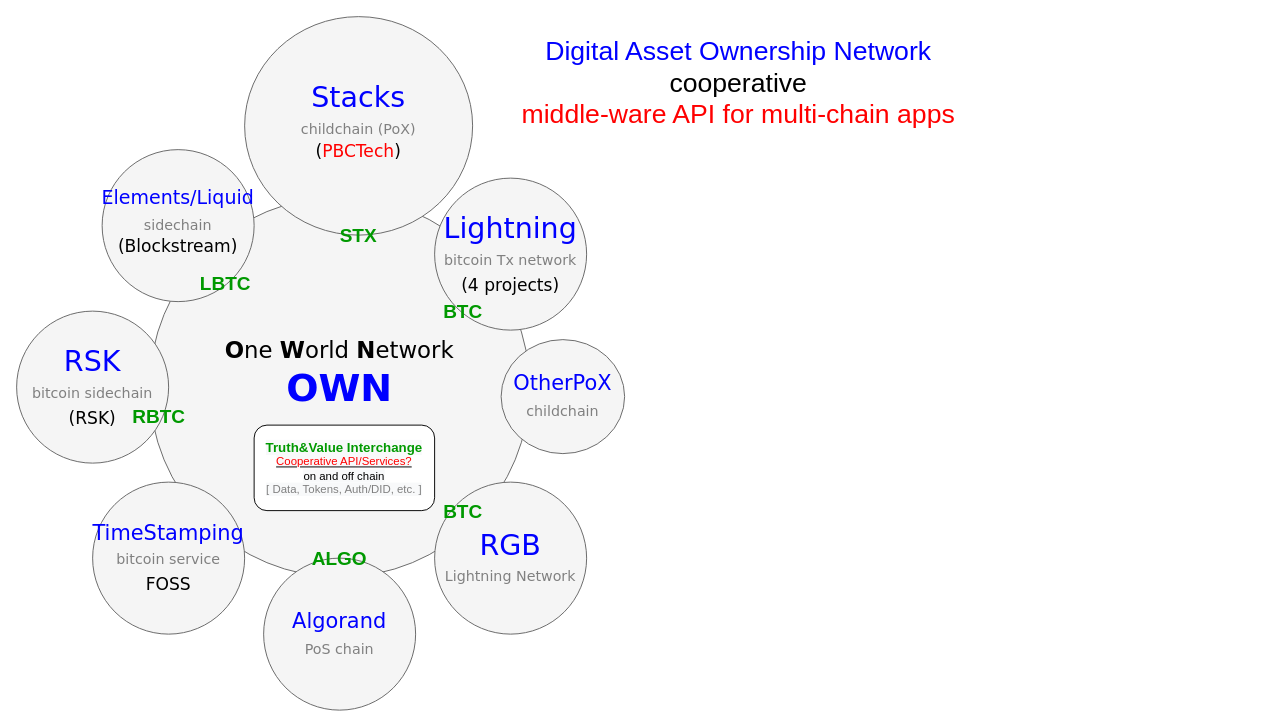
This is charts/own-stack.drawio from fluidvoice/stacks-blockchain, a draw.io file, before an edit. Source tidied: cells renumbered, new cells numbered last; positions are measured from the earlier drawing's top-left corner, leaving out a move shared by most shapes. Both pictures are drawn from the tidied source at 95%, with x=0, y=0 at pixel (16, 16).
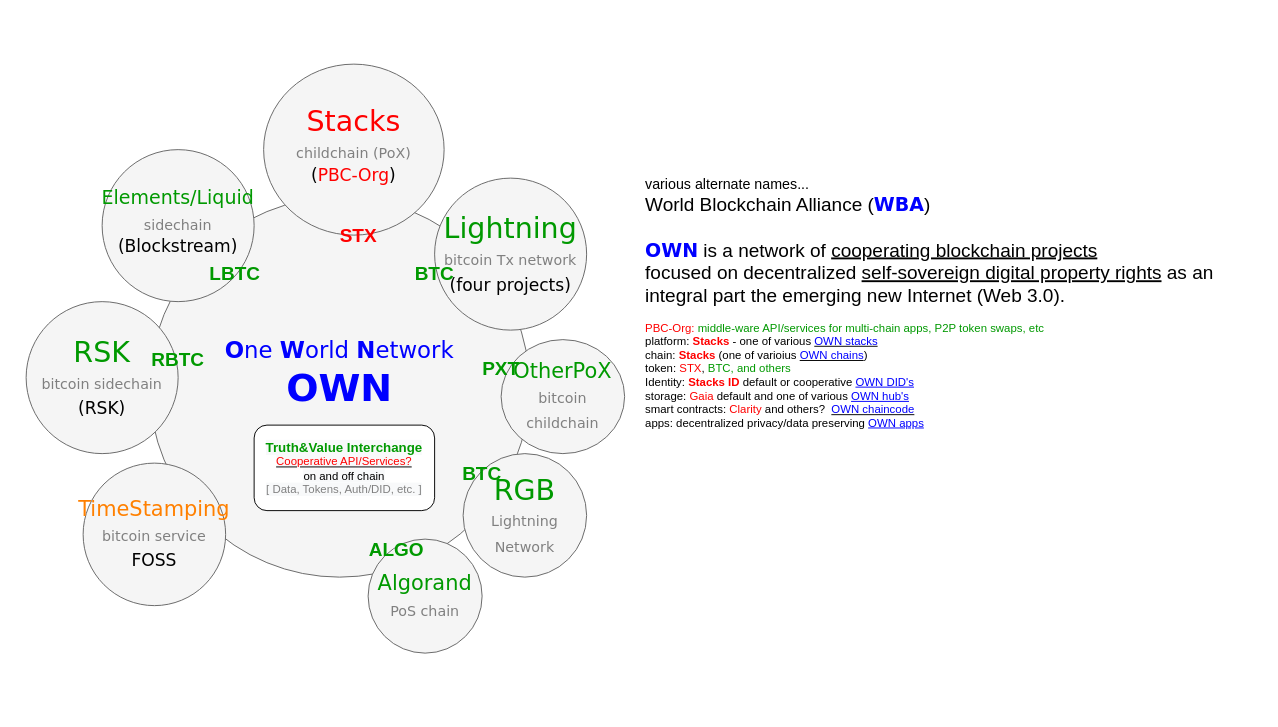
Above is the later version.

Diff of the diagram source:
```diff
@@
-    <mxCell id="2" value="&lt;font style=&quot;font-size: 24px&quot;&gt;&lt;font color=&quot;#000000&quot; style=&quot;font-size: 24px&quot;&gt;&lt;b&gt;O&lt;/b&gt;ne &lt;b&gt;W&lt;/b&gt;orld &lt;b&gt;N&lt;/b&gt;etwork&lt;/font&gt;&lt;br&gt;&lt;b&gt;&lt;font style=&quot;font-size: 40px&quot; color=&quot;#0000ff&quot;&gt;OWN&lt;/font&gt;&lt;br&gt;&lt;/b&gt;&lt;br&gt;&lt;/font&gt;" style="ellipse;whiteSpace=wrap;html=1;rounded=0;shadow=0;dashed=0;comic=0;fontFamily=Verdana;fontSize=22;fontColor=#0069D1;fillColor=#f5f5f5;strokeColor=#666666;" parent="1" vertex="1">
+    <mxCell id="2" value="&lt;font style=&quot;font-size: 24px&quot;&gt;&lt;font style=&quot;font-size: 24px&quot; color=&quot;#0000ff&quot;&gt;&lt;b&gt;O&lt;/b&gt;ne &lt;b&gt;W&lt;/b&gt;orld &lt;b&gt;N&lt;/b&gt;etwork&lt;/font&gt;&lt;br&gt;&lt;b&gt;&lt;font style=&quot;font-size: 40px&quot; color=&quot;#0000ff&quot;&gt;OWN&lt;/font&gt;&lt;br&gt;&lt;/b&gt;&lt;br&gt;&lt;/font&gt;" style="ellipse;whiteSpace=wrap;html=1;rounded=0;shadow=0;dashed=0;comic=0;fontFamily=Verdana;fontSize=22;fontColor=#0069D1;fillColor=#f5f5f5;strokeColor=#666666;" parent="1" vertex="1">
       <mxGeometry x="140" y="190" width="400" height="400" as="geometry" />
     </mxCell>
-    <mxCell id="3" value="&lt;font color=&quot;#0000ff&quot; style=&quot;font-size: 30px&quot;&gt;Stacks&lt;/font&gt;&lt;br&gt;&lt;font color=&quot;#808080&quot; style=&quot;font-size: 15px&quot;&gt;childchain (PoX)&lt;/font&gt;&lt;br&gt;&lt;sup&gt;&lt;font color=&quot;#000000&quot; style=&quot;font-size: 18px&quot;&gt;(&lt;/font&gt;&lt;font style=&quot;font-size: 18px&quot; color=&quot;#ff0000&quot;&gt;PBCTech&lt;/font&gt;&lt;font color=&quot;#000000&quot; style=&quot;font-size: 18px&quot;&gt;)&lt;/font&gt;&lt;/sup&gt;" style="ellipse;whiteSpace=wrap;html=1;rounded=0;shadow=0;dashed=0;comic=0;fontFamily=Verdana;fontSize=22;fontColor=#0069D1;fillColor=#f5f5f5;strokeColor=#666666;" parent="1" vertex="1">
-      <mxGeometry x="240" width="240" height="230" as="geometry" />
+    <mxCell id="3" value="&lt;font style=&quot;font-size: 30px&quot; color=&quot;#ff0000&quot;&gt;Stacks&lt;/font&gt;&lt;br&gt;&lt;font color=&quot;#808080&quot; style=&quot;font-size: 15px&quot;&gt;childchain (PoX)&lt;/font&gt;&lt;br&gt;&lt;sup&gt;&lt;font color=&quot;#000000&quot; style=&quot;font-size: 18px&quot;&gt;(&lt;/font&gt;&lt;font style=&quot;font-size: 18px&quot; color=&quot;#ff0000&quot;&gt;PBC-Org&lt;/font&gt;&lt;font color=&quot;#000000&quot; style=&quot;font-size: 18px&quot;&gt;)&lt;/font&gt;&lt;/sup&gt;" style="ellipse;whiteSpace=wrap;html=1;rounded=0;shadow=0;dashed=0;comic=0;fontFamily=Verdana;fontSize=22;fontColor=#0069D1;fillColor=#f5f5f5;strokeColor=#666666;" parent="1" vertex="1">
+      <mxGeometry x="260" y="50" width="190" height="180" as="geometry" />
     </mxCell>
-    <mxCell id="4" value="&lt;font color=&quot;#0000ff&quot;&gt;Algorand&lt;/font&gt;&lt;br&gt;&lt;font color=&quot;#808080&quot; style=&quot;font-size: 15px&quot;&gt;PoS chain&lt;/font&gt;" style="ellipse;whiteSpace=wrap;html=1;rounded=0;shadow=0;dashed=0;comic=0;fontFamily=Verdana;fontSize=22;fontColor=#0069D1;fillColor=#f5f5f5;strokeColor=#666666;" parent="1" vertex="1">
-      <mxGeometry x="260" y="570" width="160" height="160" as="geometry" />
+    <mxCell id="4" value="&lt;font color=&quot;#009900&quot;&gt;Algorand&lt;/font&gt;&lt;br&gt;&lt;font color=&quot;#808080&quot; style=&quot;font-size: 15px&quot;&gt;PoS chain&lt;/font&gt;" style="ellipse;whiteSpace=wrap;html=1;rounded=0;shadow=0;dashed=0;comic=0;fontFamily=Verdana;fontSize=22;fontColor=#0069D1;fillColor=#f5f5f5;strokeColor=#666666;" parent="1" vertex="1">
+      <mxGeometry x="370" y="550" width="120" height="120" as="geometry" />
     </mxCell>
-    <mxCell id="5" value="&lt;font color=&quot;#0000ff&quot;&gt;OtherPoX&lt;/font&gt;&lt;br&gt;&lt;font style=&quot;font-size: 15px&quot; color=&quot;#808080&quot;&gt;childchain&lt;/font&gt;" style="ellipse;whiteSpace=wrap;html=1;rounded=0;shadow=0;dashed=0;comic=0;fontFamily=Verdana;fontSize=22;fontColor=#0069D1;fillColor=#f5f5f5;strokeColor=#666666;" parent="1" vertex="1">
+    <mxCell id="5" value="&lt;font color=&quot;#009900&quot;&gt;OtherPoX&lt;/font&gt;&lt;br&gt;&lt;font style=&quot;font-size: 15px&quot; color=&quot;#808080&quot;&gt;bitcoin childchain&lt;/font&gt;" style="ellipse;whiteSpace=wrap;html=1;rounded=0;shadow=0;dashed=0;comic=0;fontFamily=Verdana;fontSize=22;fontColor=#0069D1;fillColor=#f5f5f5;strokeColor=#666666;" parent="1" vertex="1">
       <mxGeometry x="510" y="340" width="130" height="120" as="geometry" />
     </mxCell>
-    <mxCell id="6" value="&lt;font style=&quot;font-size: 30px&quot; color=&quot;#0000ff&quot;&gt;RSK&lt;/font&gt;&lt;br&gt;&lt;font style=&quot;font-size: 15px&quot; color=&quot;#808080&quot;&gt;bitcoin sidechain&lt;/font&gt;&lt;br&gt;&lt;font color=&quot;#000000&quot; style=&quot;font-size: 18px&quot;&gt;(RSK)&lt;/font&gt;" style="ellipse;whiteSpace=wrap;html=1;rounded=0;shadow=0;dashed=0;comic=0;fontFamily=Verdana;fontSize=22;fontColor=#0069D1;fillColor=#f5f5f5;strokeColor=#666666;" parent="1" vertex="1">
-      <mxGeometry y="310" width="160" height="160" as="geometry" />
+    <mxCell id="6" value="&lt;font color=&quot;#009900&quot;&gt;&lt;font style=&quot;font-size: 30px&quot;&gt;RSK&lt;/font&gt;&lt;br&gt;&lt;/font&gt;&lt;font style=&quot;font-size: 15px&quot; color=&quot;#808080&quot;&gt;bitcoin sidechain&lt;/font&gt;&lt;br&gt;&lt;font color=&quot;#000000&quot; style=&quot;font-size: 18px&quot;&gt;(RSK)&lt;/font&gt;" style="ellipse;whiteSpace=wrap;html=1;rounded=0;shadow=0;dashed=0;comic=0;fontFamily=Verdana;fontSize=22;fontColor=#0069D1;fillColor=#f5f5f5;strokeColor=#666666;" parent="1" vertex="1">
+      <mxGeometry x="10" y="300" width="160" height="160" as="geometry" />
     </mxCell>
-    <mxCell id="7" value="&lt;font style=&quot;font-size: 20px&quot; color=&quot;#0000ff&quot;&gt;Elements/Liquid&lt;/font&gt;&lt;br&gt;&lt;font color=&quot;#808080&quot; style=&quot;font-size: 15px&quot;&gt;sidechain&lt;/font&gt;&lt;br&gt;&lt;sup&gt;&lt;font color=&quot;#000000&quot; style=&quot;font-size: 18px&quot;&gt;(Blockstream)&lt;/font&gt;&lt;/sup&gt;" style="ellipse;whiteSpace=wrap;html=1;rounded=0;shadow=0;dashed=0;comic=0;fontFamily=Verdana;fontSize=22;fontColor=#0069D1;fillColor=#f5f5f5;strokeColor=#666666;" parent="1" vertex="1">
+    <mxCell id="7" value="&lt;font style=&quot;font-size: 20px&quot; color=&quot;#009900&quot;&gt;Elements/Liquid&lt;/font&gt;&lt;br&gt;&lt;font color=&quot;#808080&quot; style=&quot;font-size: 15px&quot;&gt;sidechain&lt;/font&gt;&lt;br&gt;&lt;sup&gt;&lt;font color=&quot;#000000&quot; style=&quot;font-size: 18px&quot;&gt;(Blockstream)&lt;/font&gt;&lt;/sup&gt;" style="ellipse;whiteSpace=wrap;html=1;rounded=0;shadow=0;dashed=0;comic=0;fontFamily=Verdana;fontSize=22;fontColor=#0069D1;fillColor=#f5f5f5;strokeColor=#666666;" parent="1" vertex="1">
       <mxGeometry x="90" y="140" width="160" height="160" as="geometry" />
     </mxCell>
-    <mxCell id="8" value="&lt;font color=&quot;#0000ff&quot; style=&quot;font-size: 30px&quot;&gt;Lightning&lt;/font&gt;&lt;br&gt;&lt;font color=&quot;#808080&quot; style=&quot;font-size: 15px&quot;&gt;bitcoin Tx network&lt;/font&gt;&lt;br&gt;&lt;font color=&quot;#000000&quot; style=&quot;font-size: 18px&quot;&gt;(4 projects)&lt;/font&gt;" style="ellipse;whiteSpace=wrap;html=1;rounded=0;shadow=0;dashed=0;comic=0;fontFamily=Verdana;fontSize=22;fontColor=#0069D1;fillColor=#f5f5f5;strokeColor=#666666;" parent="1" vertex="1">
+    <mxCell id="8" value="&lt;font style=&quot;font-size: 30px&quot; color=&quot;#009900&quot;&gt;Lightning&lt;/font&gt;&lt;br&gt;&lt;font color=&quot;#808080&quot; style=&quot;font-size: 15px&quot;&gt;bitcoin Tx network&lt;/font&gt;&lt;br&gt;&lt;font color=&quot;#000000&quot; style=&quot;font-size: 18px&quot;&gt;(four projects)&lt;/font&gt;" style="ellipse;whiteSpace=wrap;html=1;rounded=0;shadow=0;dashed=0;comic=0;fontFamily=Verdana;fontSize=22;fontColor=#0069D1;fillColor=#f5f5f5;strokeColor=#666666;" parent="1" vertex="1">
       <mxGeometry x="440" y="170" width="160" height="160" as="geometry" />
     </mxCell>
-    <mxCell id="9" value="&lt;font style=&quot;font-size: 30px&quot; color=&quot;#0000ff&quot;&gt;RGB&lt;/font&gt;&lt;br&gt;&lt;font style=&quot;font-size: 15px&quot; color=&quot;#808080&quot;&gt;Lightning Network&lt;/font&gt;" style="ellipse;whiteSpace=wrap;html=1;rounded=0;shadow=0;dashed=0;comic=0;fontFamily=Verdana;fontSize=22;fontColor=#0069D1;fillColor=#f5f5f5;strokeColor=#666666;" parent="1" vertex="1">
-      <mxGeometry x="440" y="490" width="160" height="160" as="geometry" />
+    <mxCell id="9" value="&lt;font style=&quot;font-size: 30px&quot; color=&quot;#009900&quot;&gt;RGB&lt;/font&gt;&lt;br&gt;&lt;font style=&quot;font-size: 15px&quot; color=&quot;#808080&quot;&gt;Lightning Network&lt;/font&gt;" style="ellipse;whiteSpace=wrap;html=1;rounded=0;shadow=0;dashed=0;comic=0;fontFamily=Verdana;fontSize=22;fontColor=#0069D1;fillColor=#f5f5f5;strokeColor=#666666;" parent="1" vertex="1">
+      <mxGeometry x="470" y="460" width="130" height="130" as="geometry" />
     </mxCell>
-    <mxCell id="10" value="&lt;font color=&quot;#0000ff&quot;&gt;TimeStamping&lt;/font&gt;&lt;br&gt;&lt;font color=&quot;#808080&quot; style=&quot;font-size: 15px&quot;&gt;bitcoin service&lt;/font&gt;&lt;br&gt;&lt;font color=&quot;#000000&quot; style=&quot;font-size: 18px&quot;&gt;FOSS&lt;/font&gt;" style="ellipse;whiteSpace=wrap;html=1;rounded=0;shadow=0;dashed=0;comic=0;fontFamily=Verdana;fontSize=22;fontColor=#0069D1;fillColor=#f5f5f5;strokeColor=#666666;" parent="1" vertex="1">
-      <mxGeometry x="80" y="490" width="160" height="160" as="geometry" />
+    <mxCell id="10" value="&lt;font color=&quot;#ff8000&quot;&gt;TimeStamping&lt;/font&gt;&lt;br&gt;&lt;font color=&quot;#808080&quot; style=&quot;font-size: 15px&quot;&gt;bitcoin service&lt;/font&gt;&lt;br&gt;&lt;font color=&quot;#000000&quot; style=&quot;font-size: 18px&quot;&gt;FOSS&lt;/font&gt;" style="ellipse;whiteSpace=wrap;html=1;rounded=0;shadow=0;dashed=0;comic=0;fontFamily=Verdana;fontSize=22;fontColor=#0069D1;fillColor=#f5f5f5;strokeColor=#666666;" parent="1" vertex="1">
+      <mxGeometry x="70" y="470" width="150" height="150" as="geometry" />
     </mxCell>
-    <mxCell id="11" value="&lt;font color=&quot;#009900&quot; size=&quot;1&quot;&gt;&lt;b style=&quot;font-size: 20px&quot;&gt;STX&lt;/b&gt;&lt;/font&gt;" style="text;html=1;strokeColor=none;fillColor=none;align=center;verticalAlign=middle;whiteSpace=wrap;rounded=0;" parent="1" vertex="1">
+    <mxCell id="11" value="&lt;font size=&quot;1&quot; color=&quot;#ff0000&quot;&gt;&lt;b style=&quot;font-size: 20px&quot;&gt;STX&lt;/b&gt;&lt;/font&gt;" style="text;html=1;strokeColor=none;fillColor=none;align=center;verticalAlign=middle;whiteSpace=wrap;rounded=0;" parent="1" vertex="1">
       <mxGeometry x="340" y="220" width="40" height="20" as="geometry" />
     </mxCell>
     <mxCell id="12" value="&lt;font color=&quot;#009900&quot; size=&quot;1&quot;&gt;&lt;b style=&quot;font-size: 20px&quot;&gt;LBTC&lt;/b&gt;&lt;/font&gt;" style="text;html=1;strokeColor=none;fillColor=none;align=center;verticalAlign=middle;whiteSpace=wrap;rounded=0;" parent="1" vertex="1">
-      <mxGeometry x="200" y="270" width="40" height="20" as="geometry" />
+      <mxGeometry x="210" y="260" width="40" height="20" as="geometry" />
     </mxCell>
     <mxCell id="13" value="&lt;font color=&quot;#009900&quot; size=&quot;1&quot;&gt;&lt;b style=&quot;font-size: 20px&quot;&gt;RBTC&lt;/b&gt;&lt;/font&gt;" style="text;html=1;strokeColor=none;fillColor=none;align=center;verticalAlign=middle;whiteSpace=wrap;rounded=0;" parent="1" vertex="1">
-      <mxGeometry x="130" y="410" width="40" height="20" as="geometry" />
+      <mxGeometry x="150" y="350" width="40" height="20" as="geometry" />
     </mxCell>
     <mxCell id="14" value="&lt;font color=&quot;#009900&quot; size=&quot;1&quot;&gt;&lt;b style=&quot;font-size: 20px&quot;&gt;BTC&lt;/b&gt;&lt;/font&gt;" style="text;html=1;strokeColor=none;fillColor=none;align=center;verticalAlign=middle;whiteSpace=wrap;rounded=0;" parent="1" vertex="1">
-      <mxGeometry x="450" y="300" width="40" height="20" as="geometry" />
+      <mxGeometry x="420" y="260" width="40" height="20" as="geometry" />
     </mxCell>
@@
     <mxCell id="16" value="&lt;font color=&quot;#009900&quot;&gt;&lt;span style=&quot;font-size: 20px&quot;&gt;&lt;b&gt;ALGO&lt;/b&gt;&lt;/span&gt;&lt;/font&gt;" style="text;html=1;strokeColor=none;fillColor=none;align=center;verticalAlign=middle;whiteSpace=wrap;rounded=0;" parent="1" vertex="1">
-      <mxGeometry x="320" y="560" width="40" height="20" as="geometry" />
+      <mxGeometry x="380" y="550" width="40" height="20" as="geometry" />
     </mxCell>
-    <mxCell id="17" value="&lt;font style=&quot;font-size: 28px&quot;&gt;&lt;font color=&quot;#0000ff&quot;&gt;Digital Asset Ownership Network&lt;/font&gt; &lt;br&gt;cooperative&lt;br&gt;&lt;font color=&quot;#ff0000&quot;&gt;middle-ware API for multi-chain apps&lt;/font&gt;&lt;br&gt;&lt;/font&gt;" style="text;html=1;strokeColor=none;fillColor=none;align=center;verticalAlign=middle;whiteSpace=wrap;rounded=0;" parent="1" vertex="1">
-      <mxGeometry x="510" y="10" width="500" height="120" as="geometry" />
-    </mxCell>
     <mxCell id="18" value="&lt;font color=&quot;#009900&quot; size=&quot;1&quot;&gt;&lt;b style=&quot;font-size: 20px&quot;&gt;BTC&lt;/b&gt;&lt;/font&gt;" style="text;html=1;strokeColor=none;fillColor=none;align=center;verticalAlign=middle;whiteSpace=wrap;rounded=0;" parent="1" vertex="1">
-      <mxGeometry x="450" y="510" width="40" height="20" as="geometry" />
+      <mxGeometry x="470" y="470" width="40" height="20" as="geometry" />
     </mxCell>
+    <mxCell id="19" value="&lt;font style=&quot;font-size: 20px&quot;&gt;&lt;div&gt;&lt;font style=&quot;font-size: 20px&quot;&gt;&lt;font face=&quot;Verdana&quot; color=&quot;#0000ff&quot; style=&quot;font-size: 20px&quot;&gt;&lt;b&gt;OWN&lt;/b&gt;&lt;/font&gt;&lt;span&gt;&amp;nbsp;is a &lt;/span&gt;&lt;/font&gt;network of &lt;u&gt;cooperating blockchain projects&lt;/u&gt;&amp;nbsp;&lt;/div&gt;focused on&amp;nbsp;decentralized&amp;nbsp;&lt;u&gt;self-sovereign digital property rights&lt;/u&gt; as an integral part the emerging new Internet (Web 3.0).&lt;br&gt;&lt;/font&gt;&lt;br&gt;&lt;span style=&quot;color: rgb(255 , 0 , 0)&quot;&gt;PBC-Org:&amp;nbsp;&lt;/span&gt;&lt;font style=&quot;font-size: 12px&quot; color=&quot;#009900&quot;&gt;middle-ware API/services for multi-chain apps, P2P token swaps, etc&lt;/font&gt;&lt;br&gt;platform: &lt;font color=&quot;#ff0000&quot;&gt;&lt;b&gt;Stacks&lt;/b&gt;&lt;/font&gt; - one of various &lt;u&gt;&lt;font color=&quot;#0000ff&quot;&gt;OWN stacks&lt;/font&gt;&lt;/u&gt;&lt;br&gt;&lt;div&gt;chain: &lt;font color=&quot;#ff0000&quot;&gt;&lt;b&gt;Stacks&lt;/b&gt;&lt;/font&gt; (one of varioius&amp;nbsp;&lt;u&gt;&lt;font color=&quot;#0000ff&quot;&gt;OWN chains&lt;/font&gt;&lt;/u&gt;)&lt;br&gt;token: &lt;font color=&quot;#ff0000&quot;&gt;STX&lt;/font&gt;,&amp;nbsp;&lt;font color=&quot;#009900&quot;&gt;BTC, and others&lt;/font&gt;&amp;nbsp;&lt;br&gt;Identity: &lt;font color=&quot;#ff0000&quot;&gt;&lt;b&gt;Stacks ID&lt;/b&gt;&lt;/font&gt;&amp;nbsp;default or cooperative &lt;font color=&quot;#0000ff&quot;&gt;&lt;u&gt;OWN DID's&lt;/u&gt;&lt;/font&gt;&lt;br&gt;storage: &lt;font color=&quot;#ff0000&quot;&gt;Gaia&lt;/font&gt;&amp;nbsp;default and one of various&amp;nbsp;&lt;u style=&quot;color: rgb(0 , 0 , 255)&quot;&gt;OWN hub's&lt;/u&gt;&lt;br&gt;&lt;span&gt;smart contracts: &lt;/span&gt;&lt;font color=&quot;#ff0000&quot;&gt;Clarity&lt;/font&gt;&lt;span&gt;&amp;nbsp;and others?&amp;nbsp; &lt;/span&gt;&lt;u&gt;&lt;font color=&quot;#0000ff&quot;&gt;OWN chaincode&lt;/font&gt;&lt;/u&gt;&lt;br&gt;&lt;/div&gt;&lt;div&gt;apps:&amp;nbsp;decentralized privacy/data preserving &lt;font color=&quot;#0000ff&quot;&gt;&lt;u&gt;OWN apps&lt;/u&gt;&lt;/font&gt;&lt;/div&gt;&lt;br&gt;&lt;div&gt;&lt;br&gt;&lt;/div&gt;" style="text;html=1;strokeColor=none;fillColor=none;align=left;verticalAlign=middle;whiteSpace=wrap;rounded=0;" parent="1" vertex="1">
+      <mxGeometry x="660" y="247.5" width="650" height="202.5" as="geometry" />
+    </mxCell>
+    <mxCell id="20" value="&lt;font color=&quot;#009900&quot; size=&quot;1&quot;&gt;&lt;b style=&quot;font-size: 20px&quot;&gt;PXT&lt;/b&gt;&lt;/font&gt;" style="text;html=1;strokeColor=none;fillColor=none;align=center;verticalAlign=middle;whiteSpace=wrap;rounded=0;" parent="1" vertex="1">
+      <mxGeometry x="490" y="360" width="40" height="20" as="geometry" />
+    </mxCell>
+    <mxCell id="21" value="&lt;font style=&quot;font-size: 15px&quot;&gt;various alternate names...&lt;/font&gt;&lt;br&gt;&lt;font style=&quot;font-size: 20px&quot;&gt;World Blockchain Alliance (&lt;font color=&quot;#0000ff&quot; style=&quot;font-size: 20px&quot; face=&quot;Verdana&quot;&gt;&lt;b&gt;WBA&lt;/b&gt;&lt;/font&gt;)&lt;br&gt;&lt;/font&gt;&lt;span style=&quot;font-size: 32px&quot;&gt;&lt;br&gt;&lt;/span&gt;" style="text;html=1;strokeColor=none;fillColor=none;align=left;verticalAlign=middle;whiteSpace=wrap;rounded=0;" parent="1" vertex="1">
+      <mxGeometry x="660" y="167.5" width="600" height="80" as="geometry" />
+    </mxCell>
```
